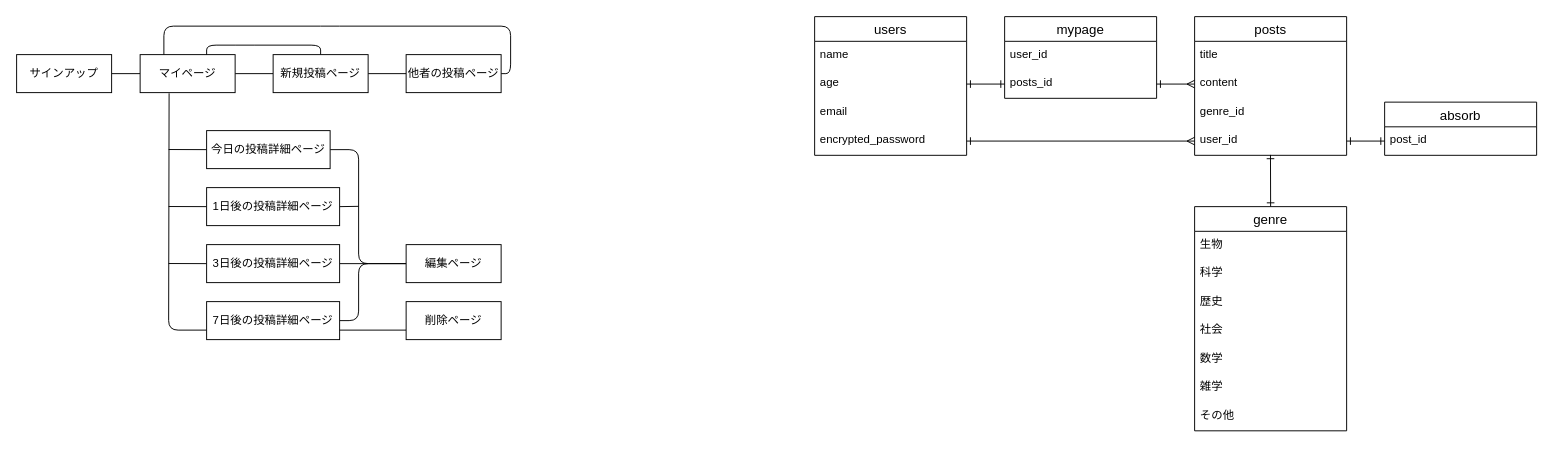
Above: me-more.dio in atk1825/me-more (draw.io), before the change. Source tidied: cells renumbered, new cells numbered last; positions are measured from the earlier drawing's top-left corner, leaving out a move shared by most shapes. Both pictures are drawn from the tidied source at 95%, with x=0, y=0 at pixel (16, 16).
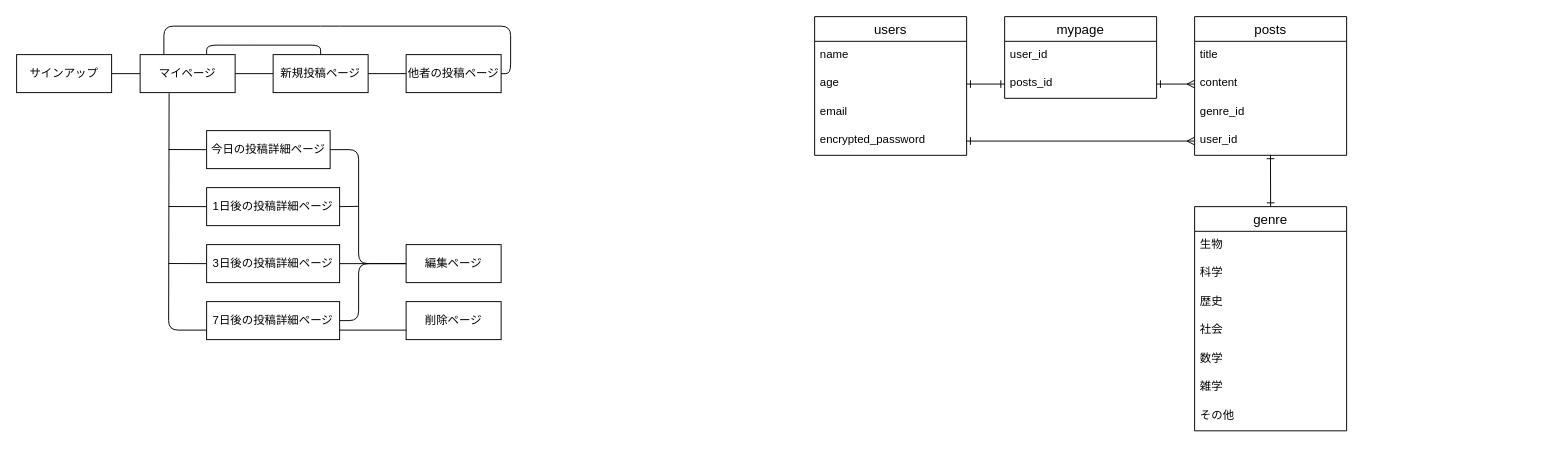
The same diagram, later.

Unchanged cells that the change refers to:
```xml
<mxCell id="11" value="user_id&#10;" style="text;strokeColor=none;fillColor=none;spacingLeft=4;spacingRight=4;overflow=hidden;points=[[0,0.5],[1,0.5]];portConstraint=eastwest;fontSize=12;" parent="7" vertex="1">
  <mxGeometry y="116" width="160" height="30" as="geometry" />
</mxCell>
```

The edit, as a diff of the source:
```diff
@@
-    <mxCell id="51" value="absorb" style="swimlane;fontStyle=0;horizontal=1;startSize=26;align=center;fontSize=14;" parent="1" vertex="1">
-      <mxGeometry x="1440" y="90" width="160" height="56" as="geometry" />
-    </mxCell>
-    <mxCell id="52" value="post_id" style="text;strokeColor=none;fillColor=none;spacingLeft=4;spacingRight=4;overflow=hidden;points=[[0,0.5],[1,0.5]];portConstraint=eastwest;fontSize=12;" parent="51" vertex="1">
-      <mxGeometry y="26" width="160" height="30" as="geometry" />
-    </mxCell>
-    <mxCell id="53" style="edgeStyle=none;html=1;exitX=1;exitY=0.5;exitDx=0;exitDy=0;startArrow=ERone;startFill=0;endArrow=ERone;endFill=0;" parent="1" edge="1" source="11" target="52">
-      <mxGeometry relative="1" as="geometry" />
-    </mxCell>
```
